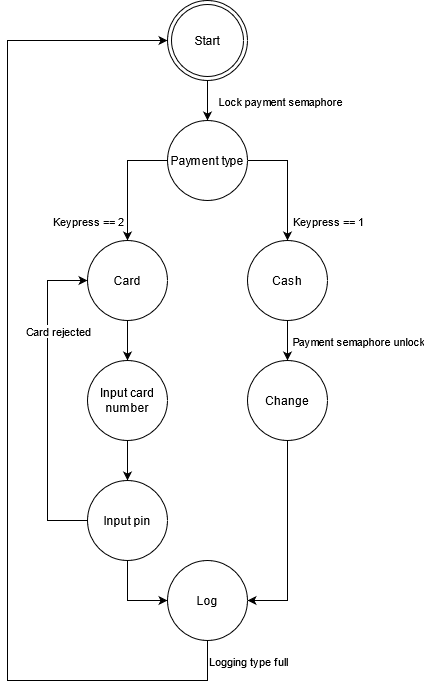
The draw.io diagram PowerPoint Presentation/taskdiagram-Payment FSM.png in Megalegomand/RB4-EMP-Final-Assigment, before a commit. Source tidied: cells renumbered, new cells last; positions are measured from the earlier drawing's top-left corner, leaving out a move shared by most shapes. Source of this version:
```xml
<mxGraphModel>
  <root>
    <mxCell id="0" />
    <mxCell id="1" parent="0" />
    <mxCell id="2" style="edgeStyle=orthogonalEdgeStyle;rounded=0;jettySize=auto;html=1;startArrow=none;startFill=0;entryX=0.5;entryY=0;entryDx=0;entryDy=0;" parent="1" edge="1" source="3" target="7">
      <mxGeometry relative="1" as="geometry" />
    </mxCell>
    <mxCell id="3" value="Start" style="ellipse;shape=doubleEllipse;whiteSpace=wrap;html=1;align=center;" parent="1" vertex="1">
      <mxGeometry x="160" width="80" height="80" as="geometry" />
    </mxCell>
    <mxCell id="4" style="edgeStyle=orthogonalEdgeStyle;rounded=0;jettySize=auto;html=1;startArrow=none;startFill=0;" parent="1" edge="1" source="7" target="10">
      <mxGeometry relative="1" as="geometry">
        <Array as="points">
          <mxPoint x="280" y="160" />
        </Array>
      </mxGeometry>
    </mxCell>
    <mxCell id="5" value="Keypress == 1" style="edgeLabel;html=1;align=center;verticalAlign=middle;" parent="4" vertex="1">
      <mxGeometry x="0.57" y="1" relative="1" as="geometry">
        <mxPoint x="39" y="6" as="offset" />
      </mxGeometry>
    </mxCell>
    <mxCell id="6" style="edgeStyle=orthogonalEdgeStyle;rounded=0;jettySize=auto;html=1;entryX=0.5;entryY=0;entryDx=0;entryDy=0;startArrow=none;startFill=0;" parent="1" edge="1" source="7" target="12">
      <mxGeometry relative="1" as="geometry">
        <Array as="points">
          <mxPoint x="120" y="160" />
        </Array>
      </mxGeometry>
    </mxCell>
    <mxCell id="7" value="Payment type" style="ellipse;whiteSpace=wrap;html=1;align=center;" parent="1" vertex="1">
      <mxGeometry x="160" y="120" width="80" height="80" as="geometry" />
    </mxCell>
    <mxCell id="8" style="edgeStyle=orthogonalEdgeStyle;rounded=0;jettySize=auto;html=1;startArrow=none;startFill=0;" parent="1" edge="1" source="10">
      <mxGeometry relative="1" as="geometry">
        <mxPoint x="280" y="360" as="targetPoint" />
      </mxGeometry>
    </mxCell>
    <mxCell id="9" value="Payment semaphore unlock" style="edgeLabel;html=1;align=center;verticalAlign=middle;" parent="8" vertex="1">
      <mxGeometry x="0.18" y="1" relative="1" as="geometry">
        <mxPoint x="69" y="-4" as="offset" />
      </mxGeometry>
    </mxCell>
    <mxCell id="10" value="Cash" style="ellipse;whiteSpace=wrap;html=1;align=center;" parent="1" vertex="1">
      <mxGeometry x="240" y="240" width="80" height="80" as="geometry" />
    </mxCell>
    <mxCell id="11" style="edgeStyle=orthogonalEdgeStyle;curved=1;rounded=0;jettySize=auto;html=1;entryX=0.5;entryY=0;entryDx=0;entryDy=0;startArrow=none;startFill=0;" parent="1" edge="1" source="12" target="17">
      <mxGeometry relative="1" as="geometry" />
    </mxCell>
    <mxCell id="12" value="Card" style="ellipse;whiteSpace=wrap;html=1;align=center;" parent="1" vertex="1">
      <mxGeometry x="80" y="240" width="80" height="80" as="geometry" />
    </mxCell>
    <mxCell id="13" value="Keypress == 2" style="edgeLabel;html=1;align=center;verticalAlign=middle;" parent="1" vertex="1">
      <mxGeometry x="80" y="220" as="geometry" />
    </mxCell>
    <mxCell id="14" style="edgeStyle=orthogonalEdgeStyle;rounded=0;jettySize=auto;html=1;entryX=1;entryY=0.5;entryDx=0;entryDy=0;startArrow=none;startFill=0;" parent="1" edge="1" source="15" target="25">
      <mxGeometry relative="1" as="geometry" />
    </mxCell>
    <mxCell id="15" value="Change" style="ellipse;whiteSpace=wrap;html=1;align=center;" parent="1" vertex="1">
      <mxGeometry x="240" y="360" width="80" height="80" as="geometry" />
    </mxCell>
    <mxCell id="16" style="edgeStyle=orthogonalEdgeStyle;curved=1;rounded=0;jettySize=auto;html=1;startArrow=none;startFill=0;" parent="1" edge="1" source="17" target="21">
      <mxGeometry relative="1" as="geometry" />
    </mxCell>
    <mxCell id="17" value="Input card number" style="ellipse;whiteSpace=wrap;html=1;align=center;" parent="1" vertex="1">
      <mxGeometry x="80" y="360" width="80" height="80" as="geometry" />
    </mxCell>
    <mxCell id="18" style="rounded=0;jettySize=auto;html=1;entryX=0;entryY=0.5;entryDx=0;entryDy=0;startArrow=none;startFill=0;edgeStyle=orthogonalEdgeStyle;" parent="1" edge="1" source="21" target="12">
      <mxGeometry relative="1" as="geometry">
        <Array as="points">
          <mxPoint x="40" y="520" />
          <mxPoint x="40" y="280" />
        </Array>
      </mxGeometry>
    </mxCell>
    <mxCell id="19" value="Card rejected" style="edgeLabel;html=1;align=center;verticalAlign=middle;" parent="18" vertex="1">
      <mxGeometry x="0.25" y="2" relative="1" as="geometry">
        <mxPoint x="12" y="-30" as="offset" />
      </mxGeometry>
    </mxCell>
    <mxCell id="20" style="edgeStyle=orthogonalEdgeStyle;rounded=0;jettySize=auto;html=1;entryX=0;entryY=0.5;entryDx=0;entryDy=0;startArrow=none;startFill=0;" parent="1" edge="1" source="21" target="25">
      <mxGeometry relative="1" as="geometry" />
    </mxCell>
    <mxCell id="21" value="Input pin" style="ellipse;whiteSpace=wrap;html=1;align=center;" parent="1" vertex="1">
      <mxGeometry x="80" y="480" width="80" height="80" as="geometry" />
    </mxCell>
    <mxCell id="22" value="Lock payment semaphore" style="edgeLabel;html=1;align=center;verticalAlign=middle;" parent="1" vertex="1">
      <mxGeometry x="280" y="100" as="geometry">
        <mxPoint x="-8" as="offset" />
      </mxGeometry>
    </mxCell>
    <mxCell id="23" style="edgeStyle=orthogonalEdgeStyle;rounded=0;jettySize=auto;html=1;entryX=0;entryY=0.5;entryDx=0;entryDy=0;startArrow=none;startFill=0;" parent="1" edge="1" source="25" target="3">
      <mxGeometry relative="1" as="geometry">
        <Array as="points">
          <mxPoint x="200" y="680" />
          <mxPoint y="680" />
          <mxPoint y="40" />
        </Array>
      </mxGeometry>
    </mxCell>
    <mxCell id="24" value="Logging type full" style="edgeLabel;html=1;align=center;verticalAlign=middle;" parent="23" vertex="1">
      <mxGeometry x="-0.9" y="-3" relative="1" as="geometry">
        <mxPoint x="51" y="-17" as="offset" />
      </mxGeometry>
    </mxCell>
    <mxCell id="25" value="Log" style="ellipse;whiteSpace=wrap;html=1;align=center;" parent="1" vertex="1">
      <mxGeometry x="160" y="560" width="80" height="80" as="geometry" />
    </mxCell>
  </root>
</mxGraphModel>
```
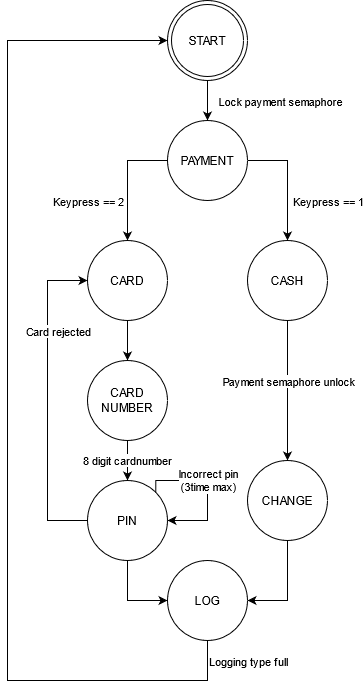
The same diagram one commit later.

Commit message:
kunn pp intet andet

Change to the diagram source:
```diff
@@ -5,7 +5,7 @@
     <mxCell id="2" style="edgeStyle=orthogonalEdgeStyle;rounded=0;jettySize=auto;html=1;startArrow=none;startFill=0;entryX=0.5;entryY=0;entryDx=0;entryDy=0;" parent="1" edge="1" source="3" target="7">
       <mxGeometry relative="1" as="geometry" />
     </mxCell>
-    <mxCell id="3" value="Start" style="ellipse;shape=doubleEllipse;whiteSpace=wrap;html=1;align=center;" parent="1" vertex="1">
+    <mxCell id="3" value="START" style="ellipse;shape=doubleEllipse;whiteSpace=wrap;html=1;align=center;" parent="1" vertex="1">
       <mxGeometry x="160" width="80" height="80" as="geometry" />
     </mxCell>
     <mxCell id="4" style="edgeStyle=orthogonalEdgeStyle;rounded=0;jettySize=auto;html=1;startArrow=none;startFill=0;" parent="1" edge="1" source="7" target="10">
@@ -17,7 +17,7 @@
     </mxCell>
     <mxCell id="5" value="Keypress == 1" style="edgeLabel;html=1;align=center;verticalAlign=middle;" parent="4" vertex="1">
       <mxGeometry x="0.57" y="1" relative="1" as="geometry">
-        <mxPoint x="39" y="6" as="offset" />
+        <mxPoint x="39" y="-14" as="offset" />
       </mxGeometry>
     </mxCell>
     <mxCell id="6" style="edgeStyle=orthogonalEdgeStyle;rounded=0;jettySize=auto;html=1;entryX=0.5;entryY=0;entryDx=0;entryDy=0;startArrow=none;startFill=0;" parent="1" edge="1" source="7" target="12">
@@ -27,41 +27,39 @@
         </Array>
       </mxGeometry>
     </mxCell>
-    <mxCell id="7" value="Payment type" style="ellipse;whiteSpace=wrap;html=1;align=center;" parent="1" vertex="1">
+    <mxCell id="7" value="PAYMENT" style="ellipse;whiteSpace=wrap;html=1;align=center;" parent="1" vertex="1">
       <mxGeometry x="160" y="120" width="80" height="80" as="geometry" />
     </mxCell>
-    <mxCell id="8" style="edgeStyle=orthogonalEdgeStyle;rounded=0;jettySize=auto;html=1;startArrow=none;startFill=0;" parent="1" edge="1" source="10">
-      <mxGeometry relative="1" as="geometry">
-        <mxPoint x="280" y="360" as="targetPoint" />
-      </mxGeometry>
+    <mxCell id="8" style="edgeStyle=orthogonalEdgeStyle;rounded=0;jettySize=auto;html=1;startArrow=none;startFill=0;entryX=0.5;entryY=0;entryDx=0;entryDy=0;" parent="1" edge="1" source="10" target="15">
+      <mxGeometry relative="1" as="geometry" />
     </mxCell>
     <mxCell id="9" value="Payment semaphore unlock" style="edgeLabel;html=1;align=center;verticalAlign=middle;" parent="8" vertex="1">
       <mxGeometry x="0.18" y="1" relative="1" as="geometry">
-        <mxPoint x="69" y="-4" as="offset" />
+        <mxPoint x="-1" y="-23" as="offset" />
       </mxGeometry>
     </mxCell>
-    <mxCell id="10" value="Cash" style="ellipse;whiteSpace=wrap;html=1;align=center;" parent="1" vertex="1">
+    <mxCell id="10" value="CASH" style="ellipse;whiteSpace=wrap;html=1;align=center;" parent="1" vertex="1">
       <mxGeometry x="240" y="240" width="80" height="80" as="geometry" />
     </mxCell>
     <mxCell id="11" style="edgeStyle=orthogonalEdgeStyle;curved=1;rounded=0;jettySize=auto;html=1;entryX=0.5;entryY=0;entryDx=0;entryDy=0;startArrow=none;startFill=0;" parent="1" edge="1" source="12" target="17">
       <mxGeometry relative="1" as="geometry" />
     </mxCell>
-    <mxCell id="12" value="Card" style="ellipse;whiteSpace=wrap;html=1;align=center;" parent="1" vertex="1">
+    <mxCell id="12" value="CARD" style="ellipse;whiteSpace=wrap;html=1;align=center;" parent="1" vertex="1">
       <mxGeometry x="80" y="240" width="80" height="80" as="geometry" />
     </mxCell>
     <mxCell id="13" value="Keypress == 2" style="edgeLabel;html=1;align=center;verticalAlign=middle;" parent="1" vertex="1">
-      <mxGeometry x="80" y="220" as="geometry" />
+      <mxGeometry x="80" y="200" as="geometry" />
     </mxCell>
     <mxCell id="14" style="edgeStyle=orthogonalEdgeStyle;rounded=0;jettySize=auto;html=1;entryX=1;entryY=0.5;entryDx=0;entryDy=0;startArrow=none;startFill=0;" parent="1" edge="1" source="15" target="25">
       <mxGeometry relative="1" as="geometry" />
     </mxCell>
-    <mxCell id="15" value="Change" style="ellipse;whiteSpace=wrap;html=1;align=center;" parent="1" vertex="1">
-      <mxGeometry x="240" y="360" width="80" height="80" as="geometry" />
+    <mxCell id="15" value="CHANGE" style="ellipse;whiteSpace=wrap;html=1;align=center;" parent="1" vertex="1">
+      <mxGeometry x="240" y="460" width="80" height="80" as="geometry" />
     </mxCell>
-    <mxCell id="16" style="edgeStyle=orthogonalEdgeStyle;curved=1;rounded=0;jettySize=auto;html=1;startArrow=none;startFill=0;" parent="1" edge="1" source="17" target="21">
+    <mxCell id="16" value="8 digit cardnumber" style="edgeStyle=orthogonalEdgeStyle;curved=1;rounded=0;jettySize=auto;html=1;startArrow=none;startFill=0;" parent="1" edge="1" source="17" target="21">
       <mxGeometry relative="1" as="geometry" />
     </mxCell>
-    <mxCell id="17" value="Input card number" style="ellipse;whiteSpace=wrap;html=1;align=center;" parent="1" vertex="1">
+    <mxCell id="17" value="&lt;div&gt;CARD&lt;/div&gt;&lt;div&gt;NUMBER&lt;br&gt;&lt;/div&gt;" style="ellipse;whiteSpace=wrap;html=1;align=center;" parent="1" vertex="1">
       <mxGeometry x="80" y="360" width="80" height="80" as="geometry" />
     </mxCell>
     <mxCell id="18" style="rounded=0;jettySize=auto;html=1;entryX=0;entryY=0.5;entryDx=0;entryDy=0;startArrow=none;startFill=0;edgeStyle=orthogonalEdgeStyle;" parent="1" edge="1" source="21" target="12">
@@ -80,7 +78,7 @@
     <mxCell id="20" style="edgeStyle=orthogonalEdgeStyle;rounded=0;jettySize=auto;html=1;entryX=0;entryY=0.5;entryDx=0;entryDy=0;startArrow=none;startFill=0;" parent="1" edge="1" source="21" target="25">
       <mxGeometry relative="1" as="geometry" />
     </mxCell>
-    <mxCell id="21" value="Input pin" style="ellipse;whiteSpace=wrap;html=1;align=center;" parent="1" vertex="1">
+    <mxCell id="21" value="PIN" style="ellipse;whiteSpace=wrap;html=1;align=center;" parent="1" vertex="1">
       <mxGeometry x="80" y="480" width="80" height="80" as="geometry" />
     </mxCell>
     <mxCell id="22" value="Lock payment semaphore" style="edgeLabel;html=1;align=center;verticalAlign=middle;" parent="1" vertex="1">
@@ -102,8 +100,22 @@
         <mxPoint x="51" y="-17" as="offset" />
       </mxGeometry>
     </mxCell>
-    <mxCell id="25" value="Log" style="ellipse;whiteSpace=wrap;html=1;align=center;" parent="1" vertex="1">
+    <mxCell id="25" value="LOG" style="ellipse;whiteSpace=wrap;html=1;align=center;" parent="1" vertex="1">
       <mxGeometry x="160" y="560" width="80" height="80" as="geometry" />
     </mxCell>
+    <mxCell id="26" style="edgeStyle=orthogonalEdgeStyle;rounded=0;orthogonalLoop=1;jettySize=auto;html=1;exitX=1;exitY=0;exitDx=0;exitDy=0;entryX=1;entryY=0.5;entryDx=0;entryDy=0;" parent="1" edge="1" source="21" target="21">
+      <mxGeometry relative="1" as="geometry">
+        <Array as="points">
+          <mxPoint x="148" y="480" />
+          <mxPoint x="200" y="480" />
+          <mxPoint x="200" y="520" />
+        </Array>
+      </mxGeometry>
+    </mxCell>
+    <mxCell id="27" value="&lt;div&gt;Incorrect pin&lt;/div&gt;&lt;div&gt; (3time max)&lt;/div&gt;" style="edgeLabel;html=1;align=center;verticalAlign=middle;" parent="26" vertex="1">
+      <mxGeometry x="-0.02" relative="1" as="geometry">
+        <mxPoint y="-7" as="offset" />
+      </mxGeometry>
+    </mxCell>
   </root>
 </mxGraphModel>
```
